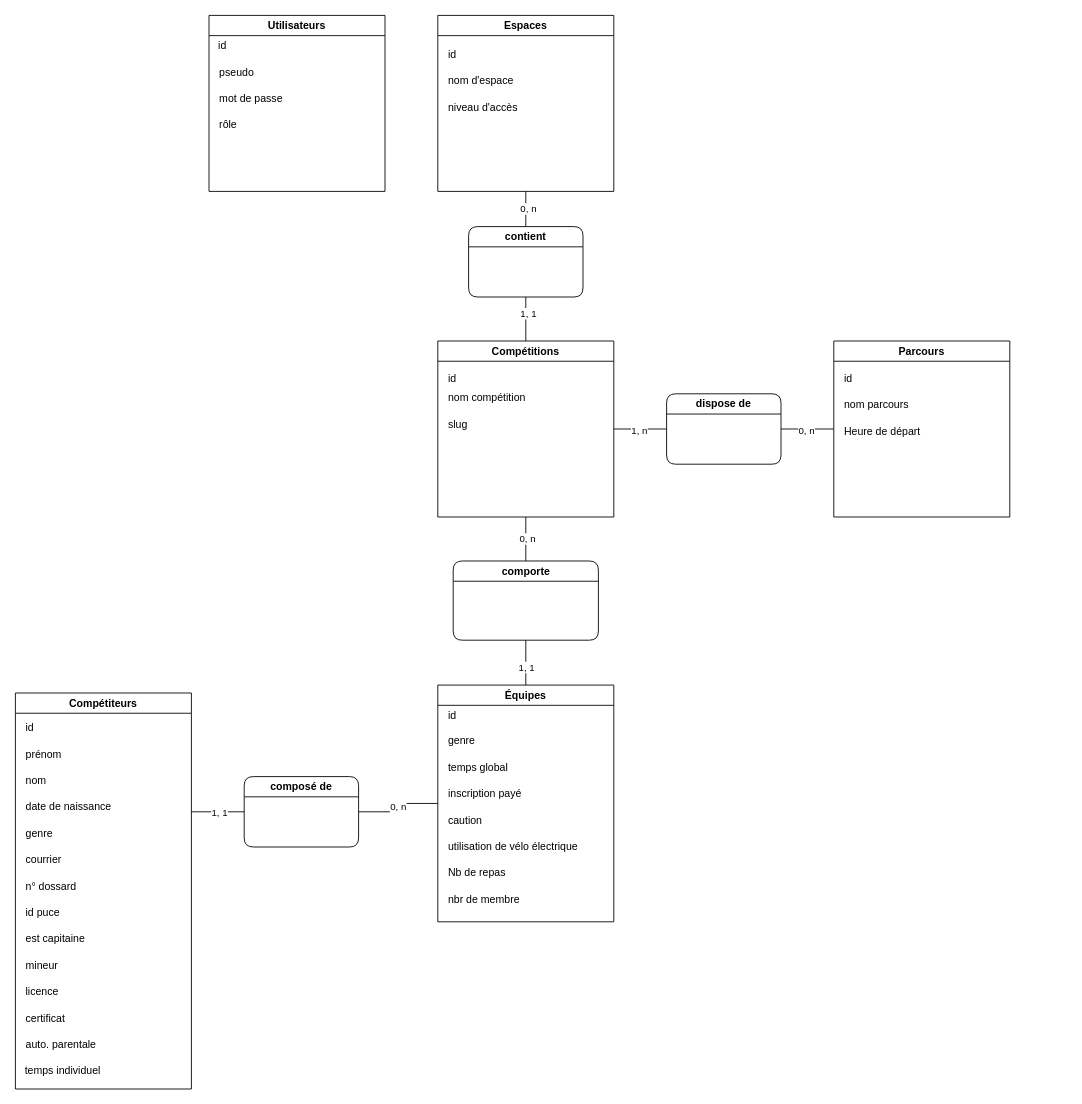
Earlier version of the draw.io diagram resources/mcd-ChronoApp.drawio (Yvialga/chronobol). Source tidied: cells renumbered, new cells numbered last; positions are measured from the earlier drawing's top-left corner, leaving out a move shared by most shapes. Both pictures are drawn from the tidied source at 88%, with x=0, y=0 at pixel (15, 15).
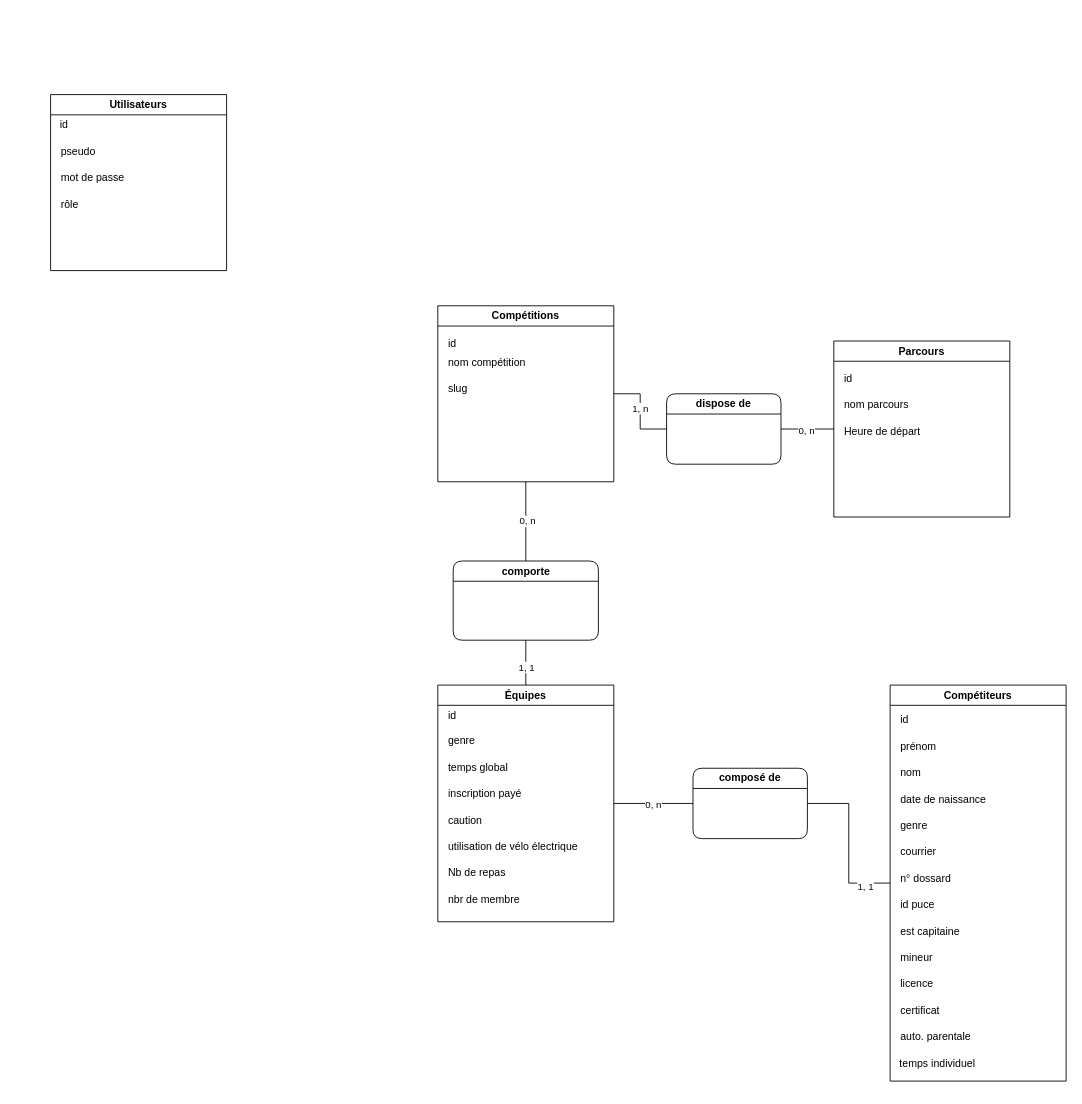
The same diagram, later.

Commit message:
clean(resources): remove obselete mcd file

Unchanged cells that the change refers to:
```xml
<mxCell id="21" value="Équipes" style="swimlane;whiteSpace=wrap;html=1;startSize=23;" parent="1" vertex="1">
  <mxGeometry x="480" y="761" width="200" height="269" as="geometry" />
</mxCell>
```

Diff of the diagram source:
```diff
@@
     <mxCell id="2" value="Utilisateurs" style="swimlane;whiteSpace=wrap;html=1;" parent="1" vertex="1">
-      <mxGeometry x="220" width="200" height="200" as="geometry" />
+      <mxGeometry x="40" y="90" width="200" height="200" as="geometry" />
     </mxCell>
@@
-    <mxCell id="9" style="edgeStyle=orthogonalEdgeStyle;rounded=0;jettySize=auto;html=1;entryX=0.5;entryY=1;entryDx=0;entryDy=0;endArrow=none;startFill=0;" parent="1" edge="1" source="11" target="62">
-      <mxGeometry relative="1" as="geometry" />
-    </mxCell>
-    <mxCell id="10" value="1, 1" style="edgeLabel;html=1;align=center;verticalAlign=middle;" parent="9" vertex="1">
-      <mxGeometry x="0.27" y="-2" relative="1" as="geometry" />
-    </mxCell>
     <mxCell id="11" value="Compétitions" style="swimlane;whiteSpace=wrap;html=1;" parent="1" vertex="1">
-      <mxGeometry x="480" y="370" width="200" height="200" as="geometry" />
+      <mxGeometry x="480" y="330" width="200" height="200" as="geometry" />
     </mxCell>
@@
-    <mxCell id="30" style="edgeStyle=orthogonalEdgeStyle;rounded=0;jettySize=auto;html=1;entryX=0;entryY=0.5;entryDx=0;entryDy=0;endArrow=none;startFill=0;" parent="1" edge="1" target="50">
-      <mxGeometry relative="1" as="geometry">
-        <mxPoint x="200" y="905" as="sourcePoint" />
-        <Array as="points">
-          <mxPoint x="200" y="905" />
-        </Array>
-      </mxGeometry>
-    </mxCell>
-    <mxCell id="31" value="1, 1" style="edgeLabel;html=1;align=center;verticalAlign=middle;" parent="30" vertex="1">
-      <mxGeometry x="0.03" y="-2" relative="1" as="geometry">
-        <mxPoint y="-2" as="offset" />
-      </mxGeometry>
-    </mxCell>
     <mxCell id="32" value="Compétiteurs" style="swimlane;whiteSpace=wrap;html=1;startSize=23;" parent="1" vertex="1">
-      <mxGeometry y="770" width="200" height="450" as="geometry" />
+      <mxGeometry x="994" y="761" width="200" height="450" as="geometry" />
     </mxCell>
@@
-    <mxCell id="48" style="edgeStyle=orthogonalEdgeStyle;rounded=0;jettySize=auto;html=1;entryX=0;entryY=0.5;entryDx=0;entryDy=0;endArrow=none;startFill=0;" parent="1" edge="1" source="50" target="21">
+    <mxCell id="48" style="edgeStyle=orthogonalEdgeStyle;rounded=0;jettySize=auto;html=1;entryX=1;entryY=0.5;entryDx=0;entryDy=0;endArrow=none;startFill=0;" parent="1" edge="1" source="50" target="21">
       <mxGeometry relative="1" as="geometry" />
     </mxCell>
@@
+    <mxCell id="63" style="edgeStyle=orthogonalEdgeStyle;rounded=0;jettySize=auto;html=1;entryX=0;entryY=0.5;entryDx=0;entryDy=0;endArrow=none;endFill=0;" parent="1" edge="1" source="50" target="32">
+      <mxGeometry relative="1" as="geometry">
+        <Array as="points">
+          <mxPoint x="947" y="896" />
+          <mxPoint x="947" y="986" />
+        </Array>
+      </mxGeometry>
+    </mxCell>
+    <mxCell id="64" value="1, 1" style="edgeLabel;html=1;align=center;verticalAlign=middle;" parent="63" vertex="1">
+      <mxGeometry x="0.69" y="-3" relative="1" as="geometry" />
+    </mxCell>
     <mxCell id="50" value="composé de" style="swimlane;whiteSpace=wrap;html=1;rounded=1;" parent="1" vertex="1">
-      <mxGeometry x="260" y="865" width="130" height="80" as="geometry" />
+      <mxGeometry x="770" y="855.5" width="130" height="80" as="geometry" />
     </mxCell>
@@
-    <mxCell id="56" value="Espaces" style="swimlane;whiteSpace=wrap;html=1;" parent="1" vertex="1">
-      <mxGeometry x="480" width="200" height="200" as="geometry" />
-    </mxCell>
-    <mxCell id="57" value="id" style="text;html=1;align=left;verticalAlign=middle;strokeColor=none;fillColor=none;" parent="56" vertex="1">
-      <mxGeometry x="10" y="30" width="30" height="30" as="geometry" />
-    </mxCell>
-    <mxCell id="58" value="nom d'espace" style="text;html=1;align=left;verticalAlign=middle;strokeColor=none;fillColor=none;" parent="56" vertex="1">
-      <mxGeometry x="10" y="60" width="100" height="30" as="geometry" />
-    </mxCell>
-    <mxCell id="59" value="niveau d'accès" style="text;html=1;align=left;verticalAlign=middle;strokeColor=none;fillColor=none;" parent="56" vertex="1">
-      <mxGeometry x="10" y="90" width="100" height="30" as="geometry" />
-    </mxCell>
-    <mxCell id="60" style="edgeStyle=orthogonalEdgeStyle;rounded=0;jettySize=auto;html=1;entryX=0.5;entryY=1;entryDx=0;entryDy=0;endArrow=none;startFill=0;" parent="1" edge="1" source="62" target="56">
-      <mxGeometry relative="1" as="geometry" />
-    </mxCell>
-    <mxCell id="61" value="0, n" style="edgeLabel;html=1;align=center;verticalAlign=middle;" parent="60" vertex="1">
-      <mxGeometry x="0.03" y="-2" relative="1" as="geometry" />
-    </mxCell>
-    <mxCell id="62" value="contient" style="swimlane;whiteSpace=wrap;html=1;rounded=1;" parent="1" vertex="1">
-      <mxGeometry x="515" y="240" width="130" height="80" as="geometry" />
-    </mxCell>
```
